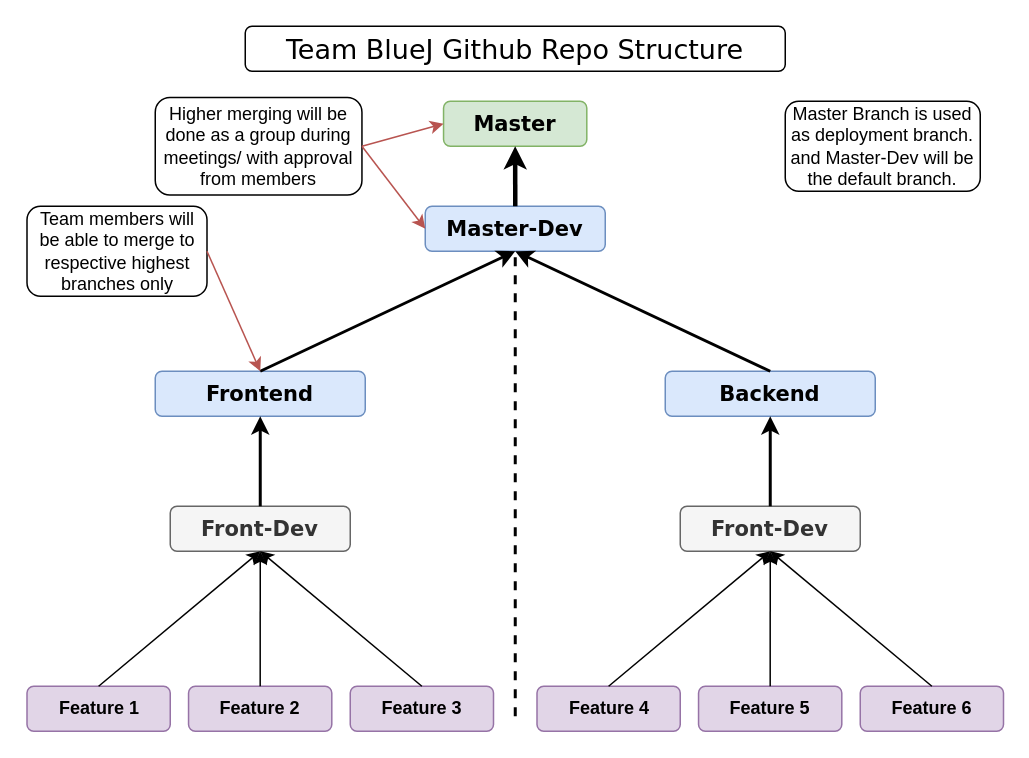
The draw.io diagram diagrams/repo-structure.drawio in WilliamZard/PintroAppSEG-Major, before the edit. Source tidied: cells renumbered, new cells numbered last; positions are measured from the earlier drawing's top-left corner, leaving out a move shared by most shapes. Both pictures are drawn from the tidied source at 150%, with x=0, y=0 at pixel (26, 26).
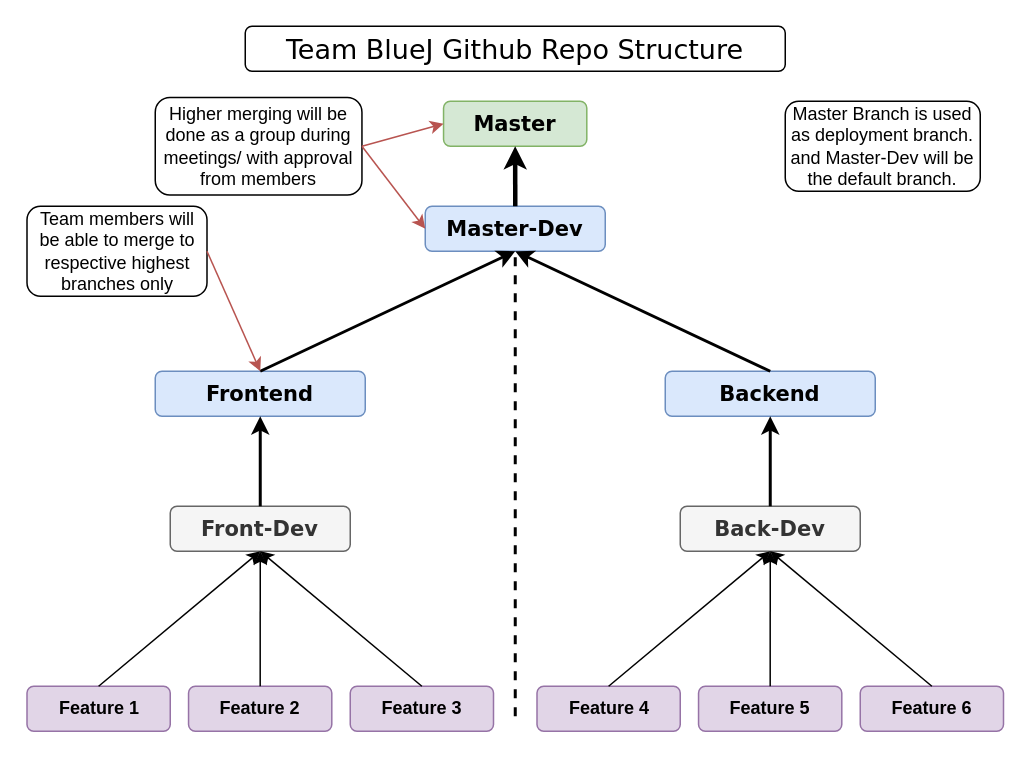
The same page after the edit.

The edit, as a diff of the source:
```diff
@@
-    <mxCell id="8" value="&lt;font face=&quot;Verdana&quot;&gt;&lt;b&gt;&lt;font style=&quot;font-size: 14px&quot;&gt;Front-Dev&lt;/font&gt;&lt;/b&gt;&lt;/font&gt;" style="rounded=1;whiteSpace=wrap;html=1;fontStyle=1;fillColor=#f5f5f5;strokeColor=#666666;fontColor=#333333;" parent="1" vertex="1">
+    <mxCell id="8" value="&lt;font face=&quot;Verdana&quot;&gt;&lt;b&gt;&lt;font style=&quot;font-size: 14px&quot;&gt;Back-Dev&lt;br&gt;&lt;/font&gt;&lt;/b&gt;&lt;/font&gt;" style="rounded=1;whiteSpace=wrap;html=1;fontStyle=1;fillColor=#f5f5f5;strokeColor=#666666;fontColor=#333333;" parent="1" vertex="1">
       <mxGeometry x="436" y="320" width="120" height="30" as="geometry" />
     </mxCell>
```
